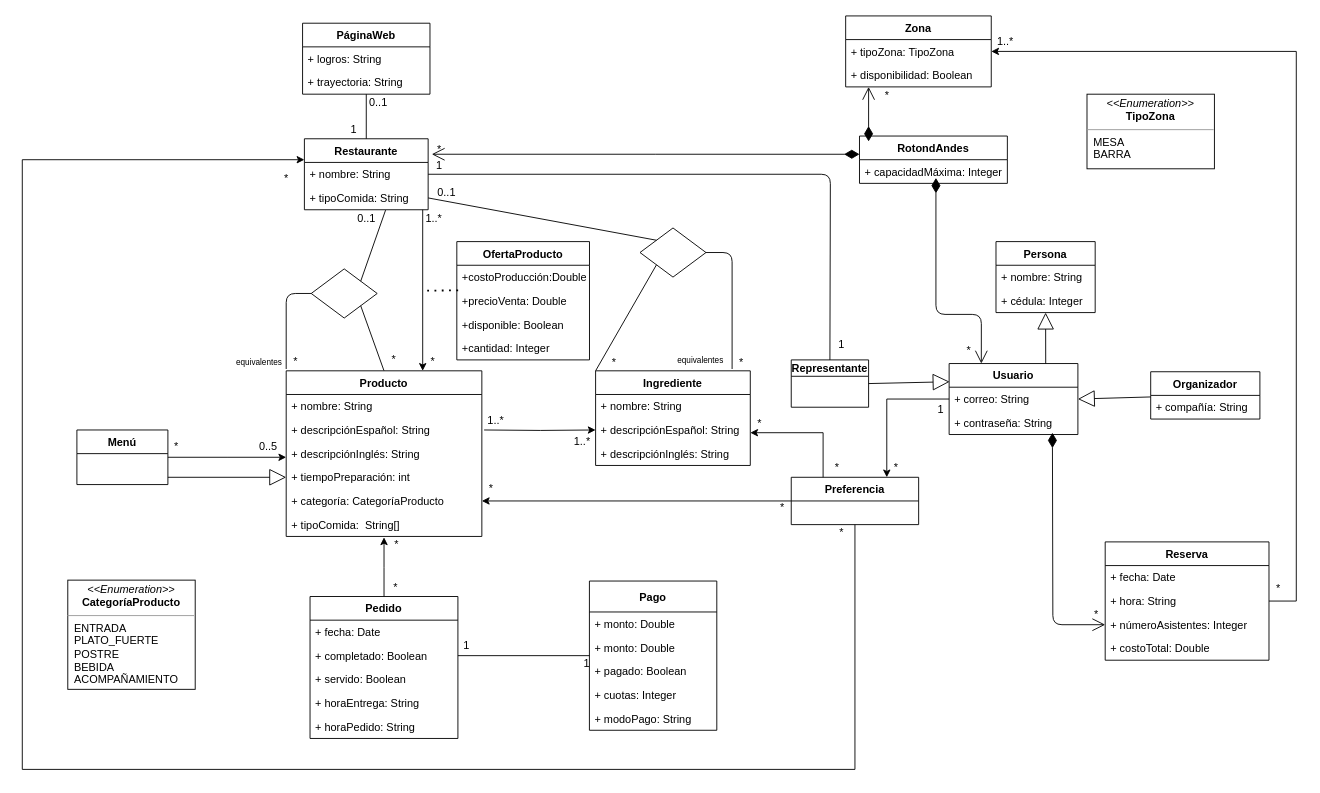
The draw.io diagram Untitled Diagram.drawio in ValentinaSalazarM/Sistrans, before the edit. Source tidied: cells renumbered, new cells numbered last; positions are measured from the earlier drawing's top-left corner, leaving out a move shared by most shapes. Both pictures are drawn from the tidied source at 91%, with x=0, y=0 at pixel (22, 15).
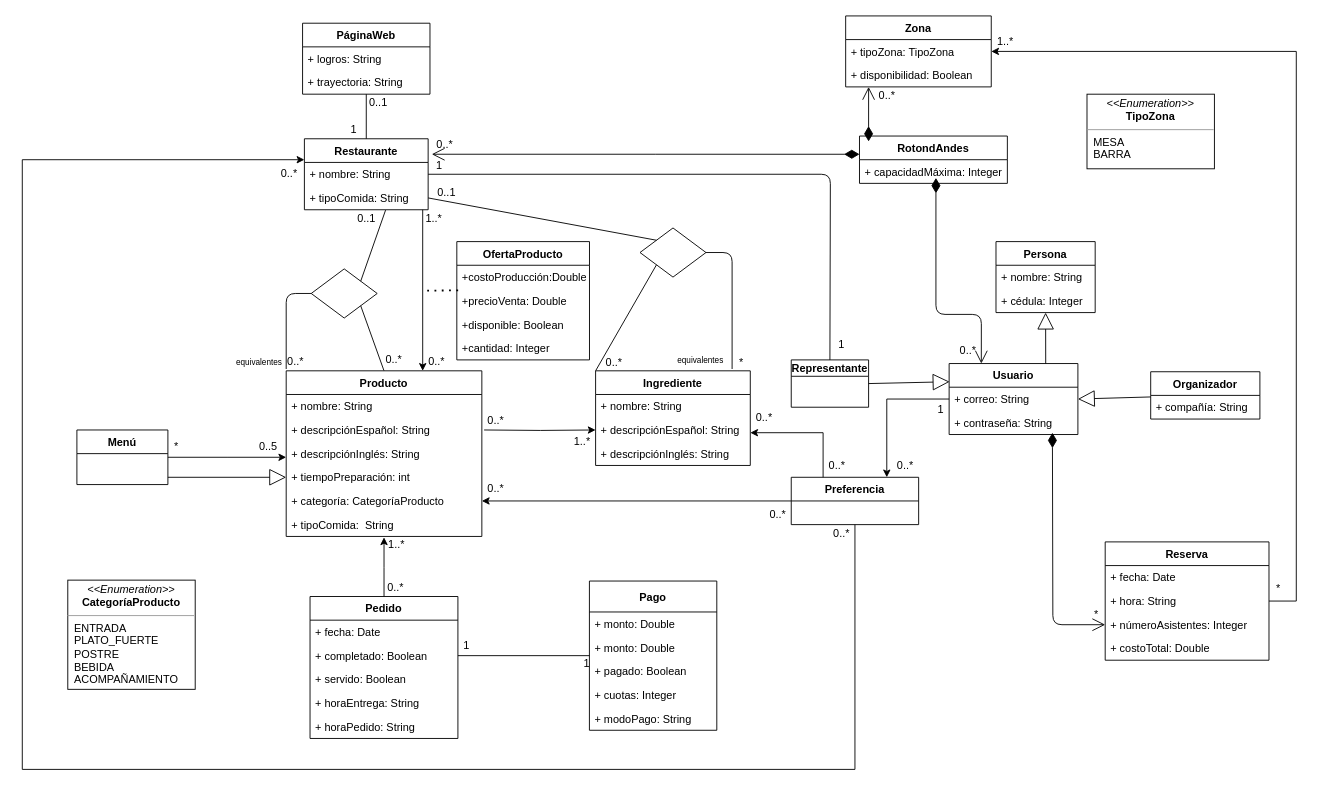
After the change.

The change refers to these unchanged cells:
```xml
<mxCell id="55" value="Producto" style="swimlane;fontStyle=1;align=center;verticalAlign=top;horizontal=1;startSize=26;" parent="1" vertex="1">
  <mxGeometry x="290" y="390" width="215" height="182" as="geometry" />
</mxCell>
```

Diff of the diagram source:
```diff
@@
-    <mxCell id="6" value="*" style="text;html=1;align=center;verticalAlign=middle;" parent="1" vertex="1">
-      <mxGeometry x="401" y="570.5" width="20" height="20" as="geometry" />
+    <mxCell id="6" value="1..*" style="text;html=1;align=center;verticalAlign=middle;" parent="1" vertex="1">
+      <mxGeometry x="396" y="570.5" width="30" height="20" as="geometry" />
     </mxCell>
@@
-    <mxCell id="15" value="*" style="text;html=1;align=center;verticalAlign=middle;" parent="1" vertex="1">
-      <mxGeometry x="441" y="370" width="20" height="20" as="geometry" />
+    <mxCell id="15" value="0..*" style="text;html=1;align=center;verticalAlign=middle;" parent="1" vertex="1">
+      <mxGeometry x="440" y="370" width="30" height="20" as="geometry" />
     </mxCell>
@@
-    <mxCell id="22" value="*" style="text;html=1;align=center;verticalAlign=middle;" parent="1" vertex="1">
-      <mxGeometry x="400" y="618" width="20" height="20" as="geometry" />
+    <mxCell id="22" value="0..*" style="text;html=1;align=center;verticalAlign=middle;" parent="1" vertex="1">
+      <mxGeometry x="395" y="618" width="30" height="20" as="geometry" />
     </mxCell>
@@
-    <mxCell id="40" value="1..*" style="text;html=1;align=center;verticalAlign=middle;" parent="1" vertex="1">
+    <mxCell id="40" value="0..*" style="text;html=1;align=center;verticalAlign=middle;" parent="1" vertex="1">
       <mxGeometry x="505" y="435" width="30" height="20" as="geometry" />
     </mxCell>
-    <mxCell id="41" value="*" style="text;html=1;align=center;verticalAlign=middle;" parent="1" vertex="1">
-      <mxGeometry x="1030" y="358" width="20" height="20" as="geometry" />
+    <mxCell id="41" value="0..*" style="text;html=1;align=center;verticalAlign=middle;" parent="1" vertex="1">
+      <mxGeometry x="1024" y="358" width="30" height="20" as="geometry" />
     </mxCell>
-    <mxCell id="42" value="*" style="text;html=1;align=center;verticalAlign=middle;" parent="1" vertex="1">
-      <mxGeometry x="940" y="78" width="20" height="20" as="geometry" />
+    <mxCell id="42" value="0..*" style="text;html=1;align=center;verticalAlign=middle;" parent="1" vertex="1">
+      <mxGeometry x="935" y="78" width="30" height="20" as="geometry" />
     </mxCell>
-    <mxCell id="43" value="*" style="text;html=1;align=center;verticalAlign=middle;" parent="1" vertex="1">
-      <mxGeometry x="448" y="137" width="20" height="20" as="geometry" />
+    <mxCell id="43" value="0..*" style="text;html=1;align=center;verticalAlign=middle;" parent="1" vertex="1">
+      <mxGeometry x="448.8" y="132" width="30" height="20" as="geometry" />
     </mxCell>
@@
-    <mxCell id="53" value="*" style="text;html=1;align=center;verticalAlign=middle;" parent="1" vertex="1">
-      <mxGeometry x="290" y="370" width="20" height="20" as="geometry" />
+    <mxCell id="53" value="0..*" style="text;html=1;align=center;verticalAlign=middle;" parent="1" vertex="1">
+      <mxGeometry x="285" y="370" width="30" height="20" as="geometry" />
     </mxCell>
@@
-    <mxCell id="61" value="+ tipoComida:  String[]" style="text;strokeColor=none;fillColor=none;align=left;verticalAlign=top;spacingLeft=4;spacingRight=4;overflow=hidden;" parent="55" vertex="1">
+    <mxCell id="61" value="+ tipoComida:  String" style="text;strokeColor=none;fillColor=none;align=left;verticalAlign=top;spacingLeft=4;spacingRight=4;overflow=hidden;" parent="55" vertex="1">
       <mxGeometry y="156" width="215" height="26" as="geometry" />
     </mxCell>
@@
-    <mxCell id="87" value="*" style="text;html=1;align=center;verticalAlign=middle;" parent="1" vertex="1">
-      <mxGeometry x="950" y="487" width="20" height="20" as="geometry" />
-    </mxCell>
-    <mxCell id="88" value="*" style="text;html=1;align=center;verticalAlign=middle;" parent="1" vertex="1">
-      <mxGeometry x="505" y="509.5" width="20" height="20" as="geometry" />
+    <mxCell id="88" value="0..*" style="text;html=1;align=center;verticalAlign=middle;" parent="1" vertex="1">
+      <mxGeometry x="505" y="509.5" width="30" height="20" as="geometry" />
     </mxCell>
-    <mxCell id="89" value="*" style="text;html=1;align=center;verticalAlign=middle;" parent="1" vertex="1">
-      <mxGeometry x="884.8" y="487" width="20" height="20" as="geometry" />
-    </mxCell>
-    <mxCell id="90" value="*" style="text;html=1;align=center;verticalAlign=middle;" parent="1" vertex="1">
-      <mxGeometry x="800" y="438" width="20" height="20" as="geometry" />
-    </mxCell>
-    <mxCell id="91" value="*" style="text;html=1;align=center;verticalAlign=middle;" parent="1" vertex="1">
-      <mxGeometry x="825" y="529.5" width="20" height="20" as="geometry" />
-    </mxCell>
@@
-    <mxCell id="97" value="*" style="text;html=1;align=center;verticalAlign=middle;" parent="1" vertex="1">
-      <mxGeometry x="890" y="558" width="20" height="20" as="geometry" />
-    </mxCell>
-    <mxCell id="98" value="*" style="text;html=1;align=center;verticalAlign=middle;" parent="1" vertex="1">
-      <mxGeometry x="280" y="169" width="20" height="20" as="geometry" />
+    <mxCell id="98" value="0..*" style="text;html=1;align=center;verticalAlign=middle;" parent="1" vertex="1">
+      <mxGeometry x="278" y="164" width="30" height="20" as="geometry" />
     </mxCell>
@@
-    <mxCell id="107" value="*" style="text;html=1;align=center;verticalAlign=middle;" parent="1" vertex="1">
-      <mxGeometry x="640" y="371" width="20" height="20" as="geometry" />
+    <mxCell id="107" value="0..*" style="text;html=1;align=center;verticalAlign=middle;" parent="1" vertex="1">
+      <mxGeometry x="635" y="371" width="30" height="20" as="geometry" />
     </mxCell>
@@
-    <mxCell id="119" value="*" style="text;html=1;align=center;verticalAlign=middle;" parent="1" vertex="1">
-      <mxGeometry x="398" y="368" width="20" height="20" as="geometry" />
+    <mxCell id="119" value="0..*" style="text;html=1;align=center;verticalAlign=middle;" parent="1" vertex="1">
+      <mxGeometry x="393" y="368" width="30" height="20" as="geometry" />
     </mxCell>
@@
+    <mxCell id="127" value="0..*" style="text;html=1;align=center;verticalAlign=middle;" parent="1" vertex="1">
+      <mxGeometry x="815" y="538" width="30" height="20" as="geometry" />
+    </mxCell>
+    <mxCell id="128" value="0..*" style="text;html=1;align=center;verticalAlign=middle;" parent="1" vertex="1">
+      <mxGeometry x="884.8" y="559" width="30" height="20" as="geometry" />
+    </mxCell>
+    <mxCell id="129" value="0..*" style="text;html=1;align=center;verticalAlign=middle;" parent="1" vertex="1">
+      <mxGeometry x="880" y="484" width="30" height="20" as="geometry" />
+    </mxCell>
+    <mxCell id="130" value="0..*" style="text;html=1;align=center;verticalAlign=middle;" parent="1" vertex="1">
+      <mxGeometry x="955" y="484" width="30" height="20" as="geometry" />
+    </mxCell>
+    <mxCell id="131" value="0..*" style="text;html=1;align=center;verticalAlign=middle;" parent="1" vertex="1">
+      <mxGeometry x="800" y="432" width="30" height="20" as="geometry" />
+    </mxCell>
```
